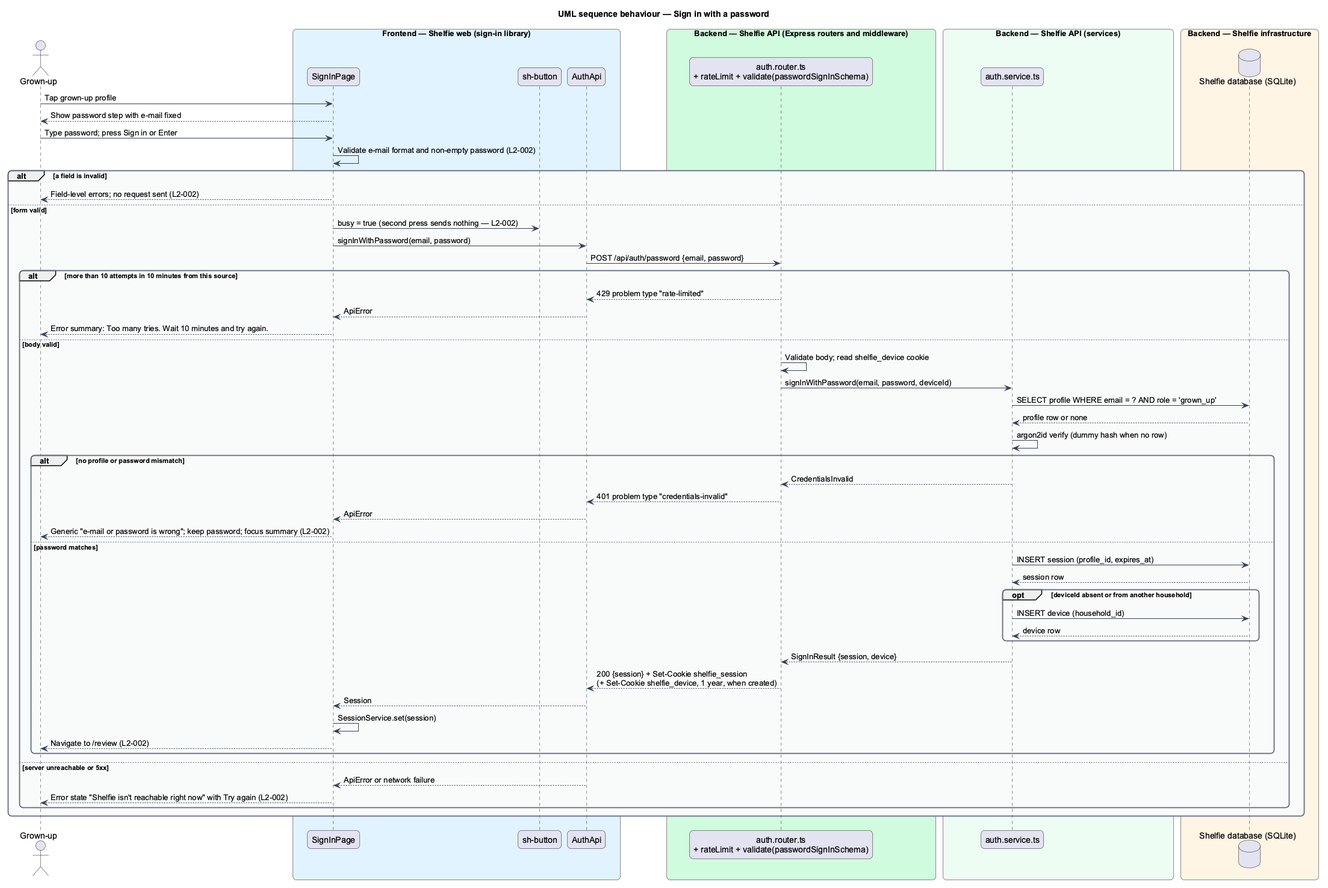
The PlantUML diagram docs/detailed-designs/sign-in/sign-in-with-password/diagrams/sequence-sign-in-with-password.png in QuinntyneBrown/shelfie, before a commit.
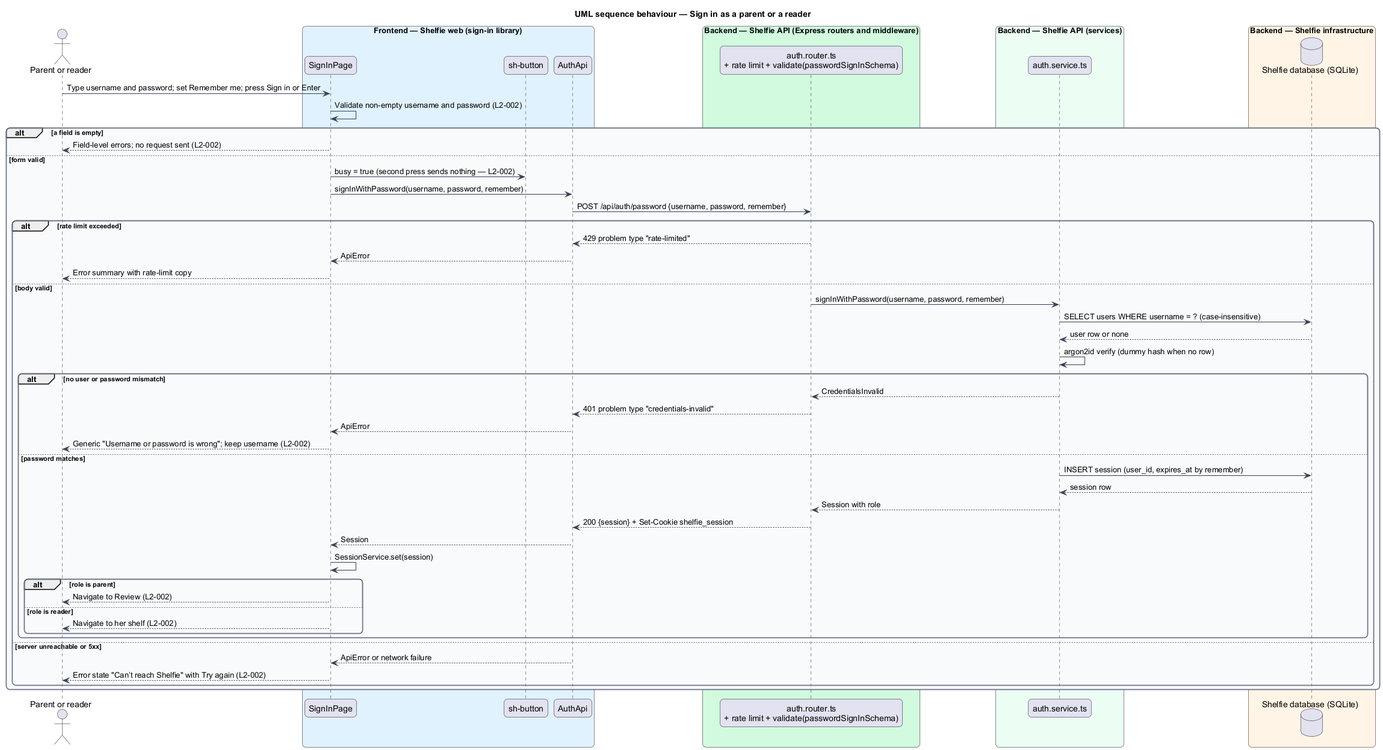
Above is the later version.

The edit, as a diff of the source:
```diff
@@ -1,5 +1,5 @@
 @startuml
-title UML sequence behaviour — Sign in with a password
+title UML sequence behaviour — Sign in as a parent or a reader
 skinparam backgroundColor #FFFFFF
 skinparam shadowing false
 skinparam roundcorner 12
@@ -14,14 +14,14 @@
   FontColor #101828
   BackgroundColor #F9FAFB
 }
-actor "Grown-up" as grownUp
+actor "Parent or reader" as person
 box "Frontend — Shelfie web (sign-in library)" #E0F2FE
   participant "SignInPage" as page
   participant "sh-button" as button
   participant "AuthApi" as client
 end box
 box "Backend — Shelfie API (Express routers and middleware)" #D1FADF
-  participant "auth.router.ts\n+ rateLimit + validate(passwordSignInSchema)" as router
+  participant "auth.router.ts\n+ rate limit + validate(passwordSignInSchema)" as router
 end box
 box "Backend — Shelfie API (services)" #ECFDF3
   participant "auth.service.ts" as service
@@ -30,47 +30,44 @@
   database "Shelfie database (SQLite)" as db
 end box
 
-grownUp -> page : Tap grown-up profile
-page --> grownUp : Show password step with e-mail fixed
-grownUp -> page : Type password; press Sign in or Enter
-page -> page : Validate e-mail format and non-empty password (L2-002)
-alt a field is invalid
-  page --> grownUp : Field-level errors; no request sent (L2-002)
+person -> page : Type username and password; set Remember me; press Sign in or Enter
+page -> page : Validate non-empty username and password (L2-002)
+alt a field is empty
+  page --> person : Field-level errors; no request sent (L2-002)
 else form valid
   page -> button : busy = true (second press sends nothing — L2-002)
-  page -> client : signInWithPassword(email, password)
-  client -> router : POST /api/auth/password {email, password}
-  alt more than 10 attempts in 10 minutes from this source
+  page -> client : signInWithPassword(username, password, remember)
+  client -> router : POST /api/auth/password {username, password, remember}
+  alt rate limit exceeded
     router --> client : 429 problem type "rate-limited"
     client --> page : ApiError
-    page --> grownUp : Error summary: Too many tries. Wait 10 minutes and try again.
+    page --> person : Error summary with rate-limit copy
   else body valid
-    router -> router : Validate body; read shelfie_device cookie
-    router -> service : signInWithPassword(email, password, deviceId)
-    service -> db : SELECT profile WHERE email = ? AND role = 'grown_up'
-    db --> service : profile row or none
+    router -> service : signInWithPassword(username, password, remember)
+    service -> db : SELECT users WHERE username = ? (case-insensitive)
+    db --> service : user row or none
     service -> service : argon2id verify (dummy hash when no row)
-    alt no profile or password mismatch
+    alt no user or password mismatch
       service --> router : CredentialsInvalid
       router --> client : 401 problem type "credentials-invalid"
       client --> page : ApiError
-      page --> grownUp : Generic "e-mail or password is wrong"; keep password; focus summary (L2-002)
+      page --> person : Generic "Username or password is wrong"; keep username (L2-002)
     else password matches
-      service -> db : INSERT session (profile_id, expires_at)
+      service -> db : INSERT session (user_id, expires_at by remember)
       db --> service : session row
-      opt deviceId absent or from another household
-        service -> db : INSERT device (household_id)
-        db --> service : device row
-      end
-      service --> router : SignInResult {session, device}
-      router --> client : 200 {session} + Set-Cookie shelfie_session\n(+ Set-Cookie shelfie_device, 1 year, when created)
+      service --> router : Session with role
+      router --> client : 200 {session} + Set-Cookie shelfie_session
       client --> page : Session
       page -> page : SessionService.set(session)
-      page --> grownUp : Navigate to /review (L2-002)
+      alt role is parent
+        page --> person : Navigate to Review (L2-002)
+      else role is reader
+        page --> person : Navigate to her shelf (L2-002)
+      end
     end
   else server unreachable or 5xx
     client --> page : ApiError or network failure
-    page --> grownUp : Error state "Shelfie isn't reachable right now" with Try again (L2-002)
+    page --> person : Error state "Can’t reach Shelfie" with Try again (L2-002)
   end
 end
 @enduml
```
